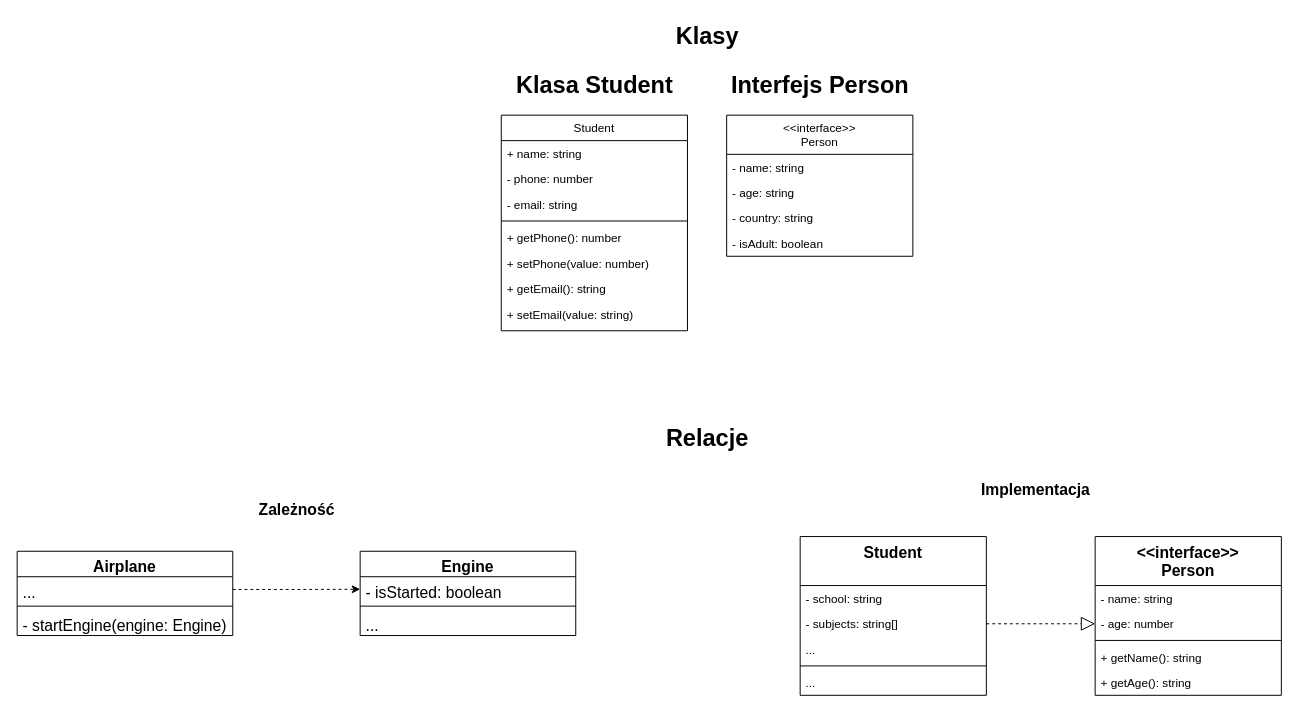
Above: diagram_klas.drawio in mateuszjansowa/article-uml-diagrams (draw.io), before the change. Source tidied: cells renumbered, new cells numbered last; positions are measured from the earlier drawing's top-left corner, leaving out a move shared by most shapes. Both pictures are drawn from the tidied source at 98%, with x=0, y=0 at pixel (17, 17).
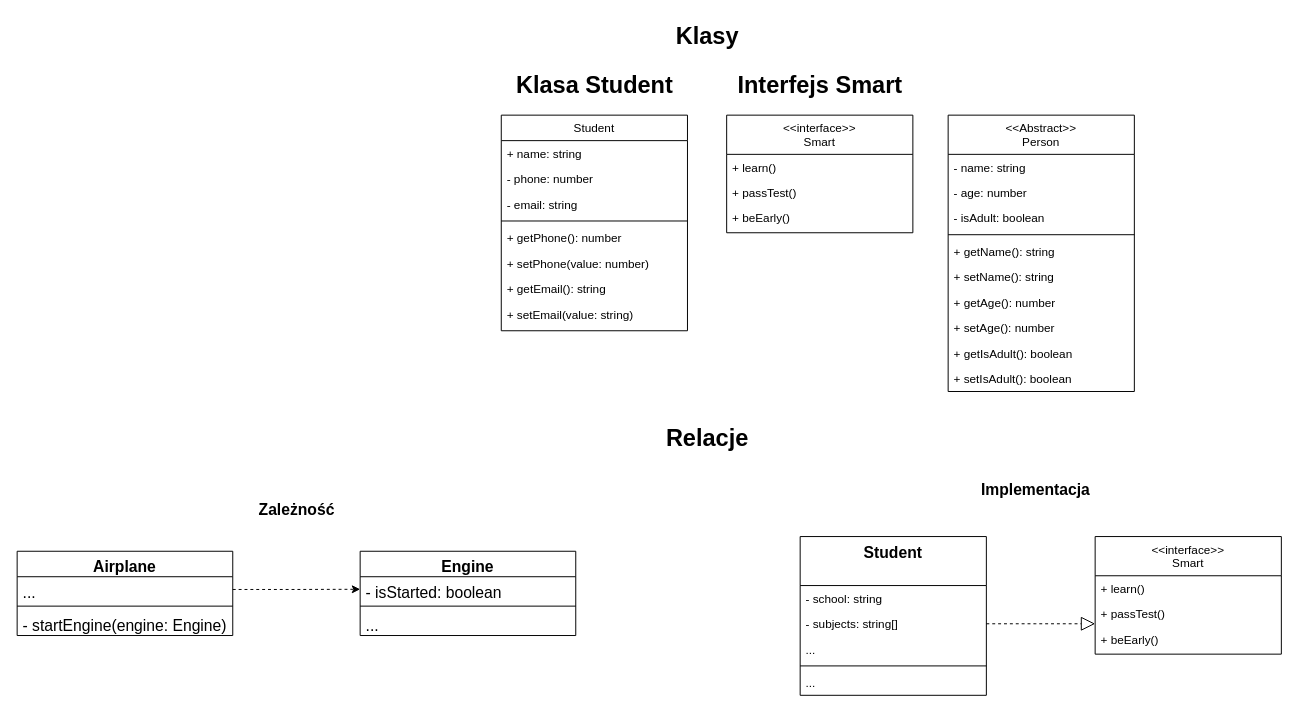
The same page after the edit.

Unchanged cells that the change refers to:
```xml
<mxCell id="39" value="- subjects: string[]" style="text;align=left;verticalAlign=top;spacingLeft=4;spacingRight=4;overflow=hidden;points=[[0,0.5],[1,0.5]];portConstraint=eastwest;rounded=0;shadow=0;html=0;" parent="37" vertex="1">
  <mxGeometry y="76" width="190" height="26" as="geometry" />
</mxCell>
```

The edit, as a diff of the source:
```diff
@@
-    <mxCell id="12" value="&lt;&lt;interface&gt;&gt;&#10;Person" style="swimlane;fontStyle=0;align=center;verticalAlign=top;horizontal=1;startSize=40;rounded=0;shadow=0;strokeWidth=1;" parent="1" vertex="1">
-      <mxGeometry x="724" y="100" width="190" height="144" as="geometry" />
+    <mxCell id="12" value="&lt;&lt;interface&gt;&gt;&#10;Smart" style="swimlane;fontStyle=0;align=center;verticalAlign=top;horizontal=1;startSize=40;rounded=0;shadow=0;strokeWidth=1;" parent="1" vertex="1">
+      <mxGeometry x="724" y="100" width="190" height="120" as="geometry" />
     </mxCell>
-    <mxCell id="13" value="- name: string" style="text;align=left;verticalAlign=top;spacingLeft=4;spacingRight=4;overflow=hidden;" parent="12" vertex="1">
+    <mxCell id="13" value="+ learn()" style="text;align=left;verticalAlign=top;spacingLeft=4;spacingRight=4;overflow=hidden;" parent="12" vertex="1">
       <mxGeometry y="40" width="190" height="26" as="geometry" />
     </mxCell>
-    <mxCell id="14" value="- age: string" style="text;align=left;verticalAlign=top;spacingLeft=4;spacingRight=4;overflow=hidden;rounded=0;shadow=0;html=0;" parent="12" vertex="1">
-      <mxGeometry y="66" width="190" height="26" as="geometry" />
-    </mxCell>
-    <mxCell id="15" value="- country: string" style="text;align=left;verticalAlign=top;spacingLeft=4;spacingRight=4;overflow=hidden;rounded=0;shadow=0;html=0;" parent="12" vertex="1">
-      <mxGeometry y="92" width="190" height="26" as="geometry" />
+    <mxCell id="15" value="+ passTest()" style="text;align=left;verticalAlign=top;spacingLeft=4;spacingRight=4;overflow=hidden;rounded=0;shadow=0;html=0;" parent="12" vertex="1">
+      <mxGeometry y="66" width="190" height="26" as="geometry" />
     </mxCell>
-    <mxCell id="16" value="- isAdult: boolean" style="text;align=left;verticalAlign=top;spacingLeft=4;spacingRight=4;overflow=hidden;rounded=0;shadow=0;html=0;" parent="12" vertex="1">
-      <mxGeometry y="118" width="190" height="26" as="geometry" />
+    <mxCell id="16" value="+ beEarly()" style="text;align=left;verticalAlign=top;spacingLeft=4;spacingRight=4;overflow=hidden;rounded=0;shadow=0;html=0;" parent="12" vertex="1">
+      <mxGeometry y="92" width="190" height="26" as="geometry" />
     </mxCell>
-    <mxCell id="17" value="Interfejs Person" style="text;strokeColor=none;fillColor=none;html=1;fontSize=24;fontStyle=1;verticalAlign=middle;align=center;" parent="1" vertex="1">
+    <mxCell id="17" value="Interfejs Smart" style="text;strokeColor=none;fillColor=none;html=1;fontSize=24;fontStyle=1;verticalAlign=middle;align=center;" parent="1" vertex="1">
       <mxGeometry x="769" y="50" width="100" height="40" as="geometry" />
     </mxCell>
@@
-    <mxCell id="31" value="&lt;&lt;interface&gt;&gt;&#10;Person" style="swimlane;fontStyle=1;align=center;verticalAlign=top;horizontal=1;startSize=50;rounded=0;shadow=0;strokeWidth=1;fontSize=16;" parent="1" vertex="1">
-      <mxGeometry x="1100" y="530" width="190" height="162" as="geometry" />
-    </mxCell>
-    <mxCell id="32" value="- name: string" style="text;align=left;verticalAlign=top;spacingLeft=4;spacingRight=4;overflow=hidden;" parent="31" vertex="1">
-      <mxGeometry y="50" width="190" height="26" as="geometry" />
-    </mxCell>
-    <mxCell id="33" value="- age: number" style="text;align=left;verticalAlign=top;spacingLeft=4;spacingRight=4;overflow=hidden;points=[[0,0.5],[1,0.5]];portConstraint=eastwest;rounded=0;shadow=0;html=0;" parent="31" vertex="1">
-      <mxGeometry y="76" width="190" height="26" as="geometry" />
-    </mxCell>
-    <mxCell id="34" style="line;html=1;strokeWidth=1;align=left;verticalAlign=middle;spacingTop=-1;spacingLeft=3;spacingRight=3;labelPosition=right;" parent="31" vertex="1">
-      <mxGeometry y="102" width="190" height="8" as="geometry" />
-    </mxCell>
-    <mxCell id="35" value="+ getName(): string" style="text;align=left;verticalAlign=top;spacingLeft=4;spacingRight=4;overflow=hidden;rounded=0;shadow=0;html=0;" parent="31" vertex="1">
-      <mxGeometry y="110" width="190" height="26" as="geometry" />
-    </mxCell>
-    <mxCell id="36" value="+ getAge(): string" style="text;align=left;verticalAlign=top;spacingLeft=4;spacingRight=4;overflow=hidden;rounded=0;shadow=0;html=0;" parent="31" vertex="1">
-      <mxGeometry y="136" width="190" height="26" as="geometry" />
-    </mxCell>
@@
-    <mxCell id="43" style="edgeStyle=orthogonalEdgeStyle;rounded=0;jettySize=auto;html=1;exitX=1;exitY=0.5;exitDx=0;exitDy=0;entryX=0;entryY=0.5;entryDx=0;entryDy=0;dashed=1;fontSize=16;endArrow=block;endFill=0;endSize=12;" parent="1" edge="1" source="39" target="33">
-      <mxGeometry relative="1" as="geometry" />
+    <mxCell id="43" style="edgeStyle=orthogonalEdgeStyle;rounded=0;jettySize=auto;html=1;exitX=1;exitY=0.5;exitDx=0;exitDy=0;entryX=0;entryY=0.5;entryDx=0;entryDy=0;dashed=1;fontSize=16;endArrow=block;endFill=0;endSize=12;" parent="1" edge="1" source="39">
+      <mxGeometry relative="1" as="geometry">
+        <mxPoint x="1100" y="619" as="targetPoint" />
+      </mxGeometry>
     </mxCell>
+    <mxCell id="31" value="&lt;&lt;Abstract&gt;&gt;&#10;Person" style="swimlane;fontStyle=0;align=center;verticalAlign=top;horizontal=1;startSize=40;rounded=0;shadow=0;strokeWidth=1;" parent="1" vertex="1">
+      <mxGeometry x="950" y="100" width="190" height="282" as="geometry" />
+    </mxCell>
+    <mxCell id="32" value="- name: string" style="text;align=left;verticalAlign=top;spacingLeft=4;spacingRight=4;overflow=hidden;" parent="31" vertex="1">
+      <mxGeometry y="40" width="190" height="26" as="geometry" />
+    </mxCell>
+    <mxCell id="33" value="- age: number" style="text;align=left;verticalAlign=top;spacingLeft=4;spacingRight=4;overflow=hidden;points=[[0,0.5],[1,0.5]];portConstraint=eastwest;rounded=0;shadow=0;html=0;" parent="31" vertex="1">
+      <mxGeometry y="66" width="190" height="26" as="geometry" />
+    </mxCell>
+    <mxCell id="44" value="- isAdult: boolean" style="text;align=left;verticalAlign=top;spacingLeft=4;spacingRight=4;overflow=hidden;rounded=0;shadow=0;html=0;" parent="31" vertex="1">
+      <mxGeometry y="92" width="190" height="26" as="geometry" />
+    </mxCell>
+    <mxCell id="45" style="line;html=1;strokeWidth=1;align=left;verticalAlign=middle;spacingTop=-1;spacingLeft=3;spacingRight=3;labelPosition=right;" parent="31" vertex="1">
+      <mxGeometry y="118" width="190" height="8" as="geometry" />
+    </mxCell>
+    <mxCell id="35" value="+ getName(): string" style="text;align=left;verticalAlign=top;spacingLeft=4;spacingRight=4;overflow=hidden;rounded=0;shadow=0;html=0;" parent="31" vertex="1">
+      <mxGeometry y="126" width="190" height="26" as="geometry" />
+    </mxCell>
+    <mxCell id="46" value="+ setName(): string" style="text;align=left;verticalAlign=top;spacingLeft=4;spacingRight=4;overflow=hidden;rounded=0;shadow=0;html=0;" parent="31" vertex="1">
+      <mxGeometry y="152" width="190" height="26" as="geometry" />
+    </mxCell>
+    <mxCell id="47" value="+ getAge(): number" style="text;align=left;verticalAlign=top;spacingLeft=4;spacingRight=4;overflow=hidden;rounded=0;shadow=0;html=0;" parent="31" vertex="1">
+      <mxGeometry y="178" width="190" height="26" as="geometry" />
+    </mxCell>
+    <mxCell id="48" value="+ setAge(): number" style="text;align=left;verticalAlign=top;spacingLeft=4;spacingRight=4;overflow=hidden;rounded=0;shadow=0;html=0;" parent="31" vertex="1">
+      <mxGeometry y="204" width="190" height="26" as="geometry" />
+    </mxCell>
+    <mxCell id="49" value="+ getIsAdult(): boolean" style="text;align=left;verticalAlign=top;spacingLeft=4;spacingRight=4;overflow=hidden;rounded=0;shadow=0;html=0;" parent="31" vertex="1">
+      <mxGeometry y="230" width="190" height="26" as="geometry" />
+    </mxCell>
+    <mxCell id="50" value="+ setIsAdult(): boolean" style="text;align=left;verticalAlign=top;spacingLeft=4;spacingRight=4;overflow=hidden;rounded=0;shadow=0;html=0;" parent="31" vertex="1">
+      <mxGeometry y="256" width="190" height="26" as="geometry" />
+    </mxCell>
+    <mxCell id="51" value="&lt;&lt;interface&gt;&gt;&#10;Smart" style="swimlane;fontStyle=0;align=center;verticalAlign=top;horizontal=1;startSize=40;rounded=0;shadow=0;strokeWidth=1;" parent="1" vertex="1">
+      <mxGeometry x="1100" y="530" width="190" height="120" as="geometry" />
+    </mxCell>
+    <mxCell id="52" value="+ learn()" style="text;align=left;verticalAlign=top;spacingLeft=4;spacingRight=4;overflow=hidden;" parent="51" vertex="1">
+      <mxGeometry y="40" width="190" height="26" as="geometry" />
+    </mxCell>
+    <mxCell id="53" value="+ passTest()" style="text;align=left;verticalAlign=top;spacingLeft=4;spacingRight=4;overflow=hidden;rounded=0;shadow=0;html=0;" parent="51" vertex="1">
+      <mxGeometry y="66" width="190" height="26" as="geometry" />
+    </mxCell>
+    <mxCell id="54" value="+ beEarly()" style="text;align=left;verticalAlign=top;spacingLeft=4;spacingRight=4;overflow=hidden;rounded=0;shadow=0;html=0;" parent="51" vertex="1">
+      <mxGeometry y="92" width="190" height="26" as="geometry" />
+    </mxCell>
```
